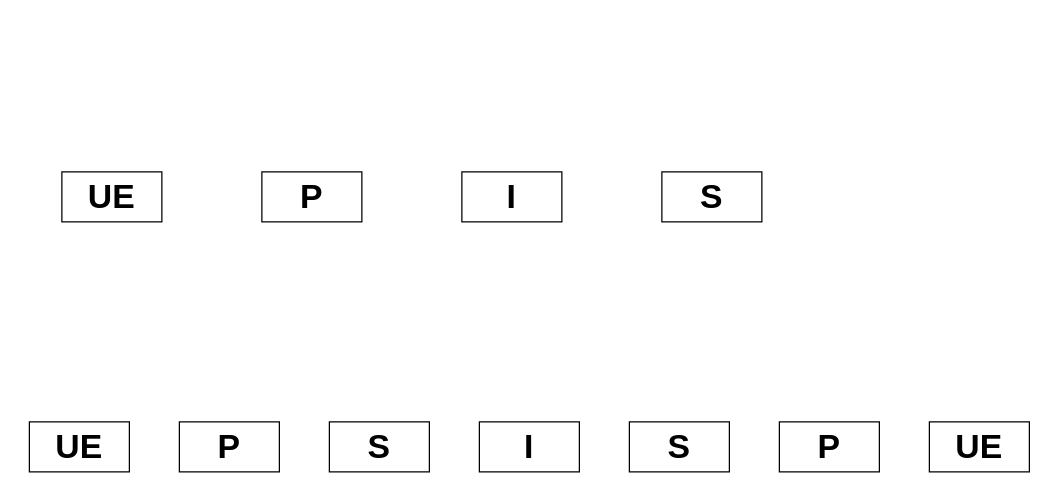
Before: 3gpp.24.229.i40.drawio in JaeHyeon774/NEWTIL, a draw.io diagram. Source tidied: cells renumbered, new cells numbered last; positions are measured from the earlier drawing's top-left corner, leaving out a move shared by most shapes. Both pictures are drawn from the tidied source at 125%, with x=0, y=0 at pixel (29, 171).
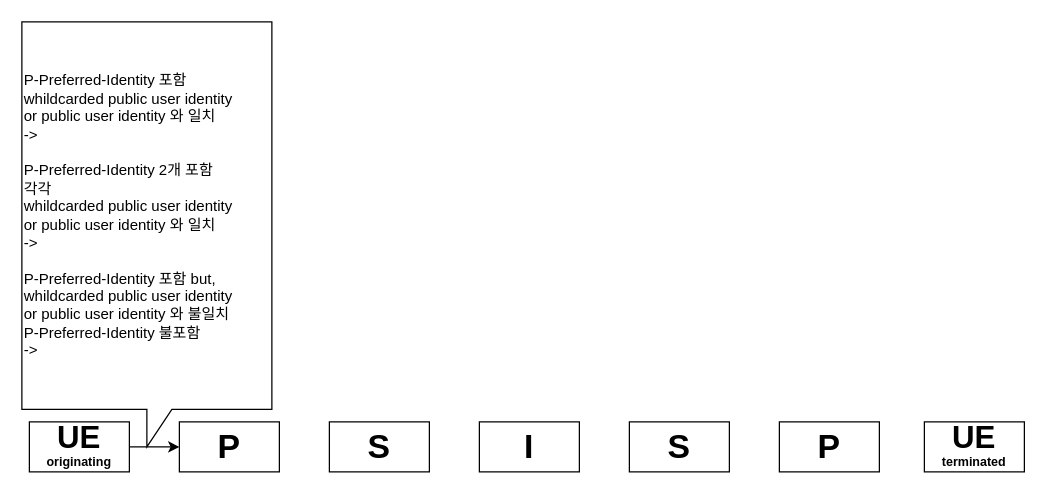
The same page after the edit.

What changed in the source:
```diff
@@
 <mxGraphModel>
   <root>
     <mxCell id="0" />
     <mxCell id="1" parent="0" />
-    <mxCell id="2" value="&lt;font style=&quot;font-size: 27px;&quot;&gt;&lt;b&gt;UE&lt;/b&gt;&lt;/font&gt;" style="rounded=0;whiteSpace=wrap;html=1;" parent="1" vertex="1">
-      <mxGeometry x="26" width="80" height="40" as="geometry" />
-    </mxCell>
-    <mxCell id="3" value="&lt;font style=&quot;font-size: 27px;&quot;&gt;&lt;b&gt;P&lt;/b&gt;&lt;/font&gt;" style="rounded=0;whiteSpace=wrap;html=1;" parent="1" vertex="1">
-      <mxGeometry x="186" width="80" height="40" as="geometry" />
-    </mxCell>
-    <mxCell id="4" value="&lt;font style=&quot;font-size: 27px;&quot;&gt;&lt;b&gt;I&lt;/b&gt;&lt;/font&gt;" style="rounded=0;whiteSpace=wrap;html=1;" parent="1" vertex="1">
-      <mxGeometry x="346" width="80" height="40" as="geometry" />
-    </mxCell>
-    <mxCell id="5" value="&lt;font style=&quot;font-size: 27px;&quot;&gt;&lt;b&gt;S&lt;/b&gt;&lt;/font&gt;" style="rounded=0;whiteSpace=wrap;html=1;" parent="1" vertex="1">
-      <mxGeometry x="506" width="80" height="40" as="geometry" />
-    </mxCell>
+    <mxCell id="13" style="edgeStyle=orthogonalEdgeStyle;rounded=0;jettySize=auto;html=1;exitX=1;exitY=0.5;exitDx=0;exitDy=0;entryX=0;entryY=0.5;entryDx=0;entryDy=0;" parent="1" edge="1" source="6" target="7">
+      <mxGeometry relative="1" as="geometry" />
+    </mxCell>
-    <mxCell id="6" value="&lt;font style=&quot;font-size: 27px;&quot;&gt;&lt;b&gt;UE&lt;/b&gt;&lt;/font&gt;" style="rounded=0;whiteSpace=wrap;html=1;" parent="1" vertex="1">
+    <mxCell id="6" value="&lt;font size=&quot;1&quot; style=&quot;&quot;&gt;&lt;b style=&quot;font-size: 25px;&quot;&gt;UE&lt;/b&gt;&lt;/font&gt;&lt;div&gt;&lt;font size=&quot;1&quot; style=&quot;&quot;&gt;&lt;b style=&quot;font-size: 12px;&quot;&gt;&lt;sup&gt;originating&lt;/sup&gt;&lt;/b&gt;&lt;/font&gt;&lt;/div&gt;" style="rounded=0;whiteSpace=wrap;html=1;" parent="1" vertex="1">
       <mxGeometry y="200" width="80" height="40" as="geometry" />
     </mxCell>
     <mxCell id="7" value="&lt;font style=&quot;font-size: 27px;&quot;&gt;&lt;b&gt;P&lt;/b&gt;&lt;/font&gt;" style="rounded=0;whiteSpace=wrap;html=1;" parent="1" vertex="1">
       <mxGeometry x="120" y="200" width="80" height="40" as="geometry" />
     </mxCell>
     <mxCell id="8" value="&lt;font style=&quot;font-size: 27px;&quot;&gt;&lt;b&gt;S&lt;/b&gt;&lt;/font&gt;" style="rounded=0;whiteSpace=wrap;html=1;" parent="1" vertex="1">
       <mxGeometry x="240" y="200" width="80" height="40" as="geometry" />
     </mxCell>
     <mxCell id="9" value="&lt;font style=&quot;font-size: 27px;&quot;&gt;&lt;b&gt;I&lt;/b&gt;&lt;/font&gt;" style="rounded=0;whiteSpace=wrap;html=1;" parent="1" vertex="1">
       <mxGeometry x="360" y="200" width="80" height="40" as="geometry" />
     </mxCell>
     <mxCell id="10" value="&lt;font style=&quot;font-size: 27px;&quot;&gt;&lt;b&gt;S&lt;/b&gt;&lt;/font&gt;" style="rounded=0;whiteSpace=wrap;html=1;" parent="1" vertex="1">
       <mxGeometry x="480" y="200" width="80" height="40" as="geometry" />
     </mxCell>
     <mxCell id="11" value="&lt;font style=&quot;font-size: 27px;&quot;&gt;&lt;b&gt;P&lt;/b&gt;&lt;/font&gt;" style="rounded=0;whiteSpace=wrap;html=1;" parent="1" vertex="1">
       <mxGeometry x="600" y="200" width="80" height="40" as="geometry" />
     </mxCell>
-    <mxCell id="12" value="&lt;font style=&quot;font-size: 27px;&quot;&gt;&lt;b&gt;UE&lt;/b&gt;&lt;/font&gt;" style="rounded=0;whiteSpace=wrap;html=1;" parent="1" vertex="1">
-      <mxGeometry x="720" y="200" width="80" height="40" as="geometry" />
-    </mxCell>
+    <mxCell id="14" value="&lt;b style=&quot;font-size: 25px;&quot;&gt;UE&lt;/b&gt;&lt;br&gt;&lt;b style=&quot;&quot;&gt;&lt;sup style=&quot;&quot;&gt;&lt;font style=&quot;font-size: 10px;&quot;&gt;terminated&lt;/font&gt;&lt;/sup&gt;&lt;/b&gt;" style="rounded=0;whiteSpace=wrap;html=1;" parent="1" vertex="1">
+      <mxGeometry x="716" y="200" width="80" height="40" as="geometry" />
+    </mxCell>
+    <mxCell id="15" value="P-Preferred-Identity 포함&lt;div&gt;&lt;div&gt;whildcarded public user identity&amp;nbsp;&lt;/div&gt;&lt;div&gt;or&amp;nbsp;&lt;span style=&quot;background-color: initial;&quot;&gt;public user identity&lt;/span&gt;&lt;span style=&quot;background-color: initial;&quot;&gt;&amp;nbsp;와 일치&amp;nbsp;&lt;/span&gt;&lt;/div&gt;&lt;div&gt;&lt;span style=&quot;background-color: initial;&quot;&gt;-&amp;gt;&amp;nbsp;&lt;/span&gt;&lt;/div&gt;&lt;div&gt;&lt;br&gt;&lt;/div&gt;&lt;div&gt;P-Preferred-Identity 2개 포함&lt;div&gt;&lt;div&gt;각각 &lt;br&gt;whildcarded public user identity&amp;nbsp;&lt;/div&gt;&lt;div&gt;or&amp;nbsp;&lt;span style=&quot;background-color: initial;&quot;&gt;public user identity&lt;/span&gt;&lt;span style=&quot;background-color: initial;&quot;&gt;&amp;nbsp;와 일치&lt;/span&gt;&lt;/div&gt;&lt;/div&gt;&lt;/div&gt;&lt;div&gt;-&amp;gt;&amp;nbsp;&lt;/div&gt;&lt;div&gt;&lt;br&gt;&lt;div&gt;P-Preferred-Identity 포함 but, whildcarded public user identity&amp;nbsp;&lt;/div&gt;&lt;div&gt;or&amp;nbsp;&lt;span style=&quot;background-color: initial;&quot;&gt;public user identity&lt;/span&gt;&lt;span style=&quot;background-color: initial;&quot;&gt;&amp;nbsp;와 불일치&amp;nbsp;&lt;/span&gt;&lt;/div&gt;&lt;div&gt;P-Preferred-Identity 불포함&lt;/div&gt;&lt;/div&gt;&lt;/div&gt;&lt;div&gt;-&amp;gt;&amp;nbsp;&lt;/div&gt;" style="shape=callout;whiteSpace=wrap;html=1;perimeter=calloutPerimeter;align=left;" parent="1" vertex="1">
+      <mxGeometry x="-6" y="-120" width="200" height="340" as="geometry" />
+    </mxCell>
   </root>
 </mxGraphModel>
```
